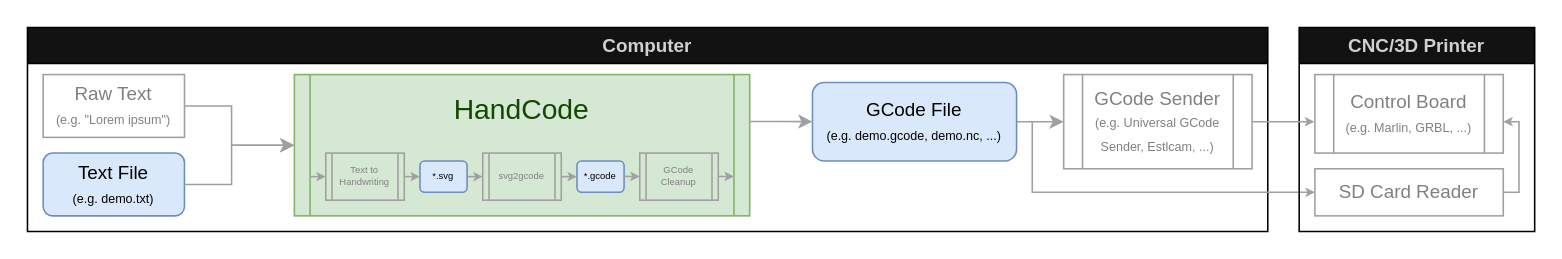
Above: doc/process.drawio in maddinkunze/handcode (draw.io), before the change. Source tidied: cells renumbered, new cells numbered last; positions are measured from the earlier drawing's top-left corner, leaving out a move shared by most shapes. Both pictures are drawn from the tidied source at 157%, with x=0, y=0 at pixel (27, 27).
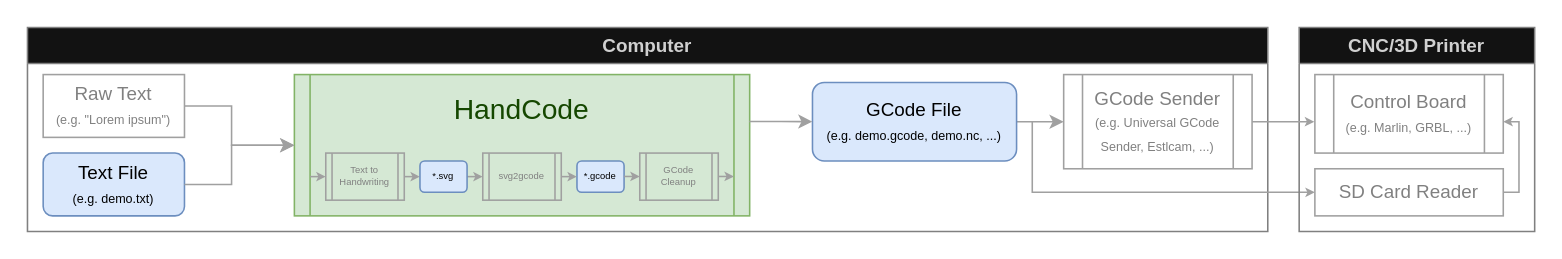
Above is the later version.

Commit message (it also covers changes not shown here):
updated process.png to better work with different color schemes

The edit, as a diff of the source:
```diff
@@
-    <mxCell id="2" value="Computer" style="swimlane;whiteSpace=wrap;html=1;startSize=23;fillColor=#121212;fontColor=#D0D0D0;fillStyle=auto;" parent="1" vertex="1">
+    <mxCell id="2" value="Computer" style="swimlane;whiteSpace=wrap;html=1;startSize=23;fillColor=#121212;fontColor=#D0D0D0;fillStyle=auto;strokeColor=#808080;" parent="1" vertex="1">
       <mxGeometry width="790" height="130" as="geometry" />
     </mxCell>
@@
-    <mxCell id="24" value="CNC/3D Printer" style="swimlane;whiteSpace=wrap;html=1;fillColor=#121212;fontColor=#d0d0d0;" parent="1" vertex="1">
+    <mxCell id="24" value="CNC/3D Printer" style="swimlane;whiteSpace=wrap;html=1;fillColor=#121212;fontColor=#d0d0d0;strokeColor=#808080;" parent="1" vertex="1">
       <mxGeometry x="810" width="150" height="130" as="geometry" />
     </mxCell>
```
